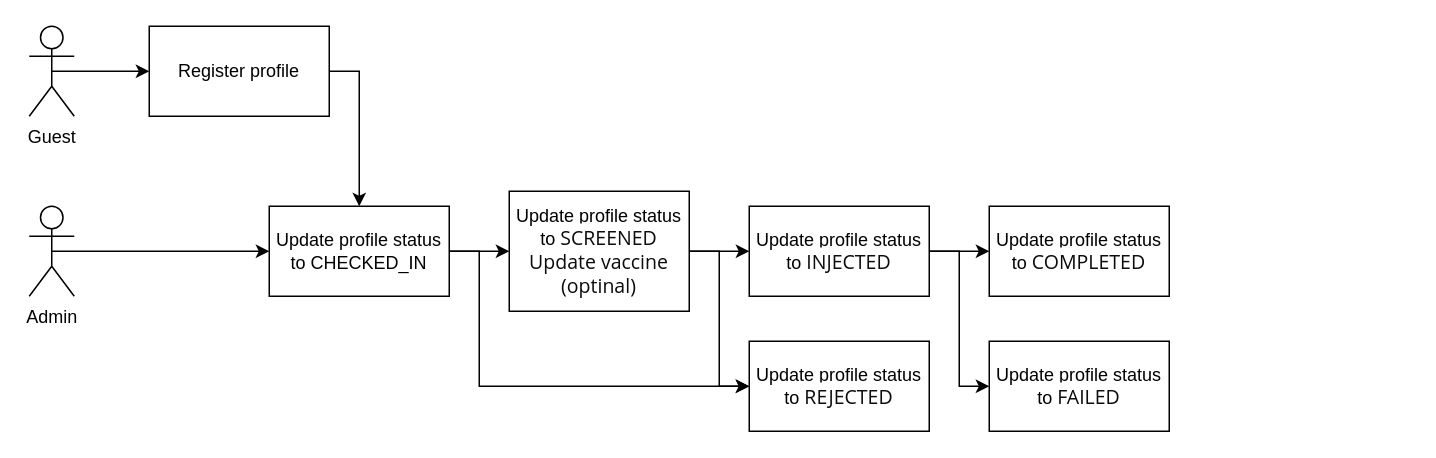
censodev/aptech_prj600 keeps this draw.io diagram as page "Injection Flow" (4 of 4) of docs/design.drawio. Above is the earlier version. Source tidied: cells renumbered, new cells numbered last; positions are measured from the earlier drawing's top-left corner, leaving out a move shared by most shapes. Both pictures are drawn from the tidied source at 150%, with x=0, y=0 at pixel (28, 26).
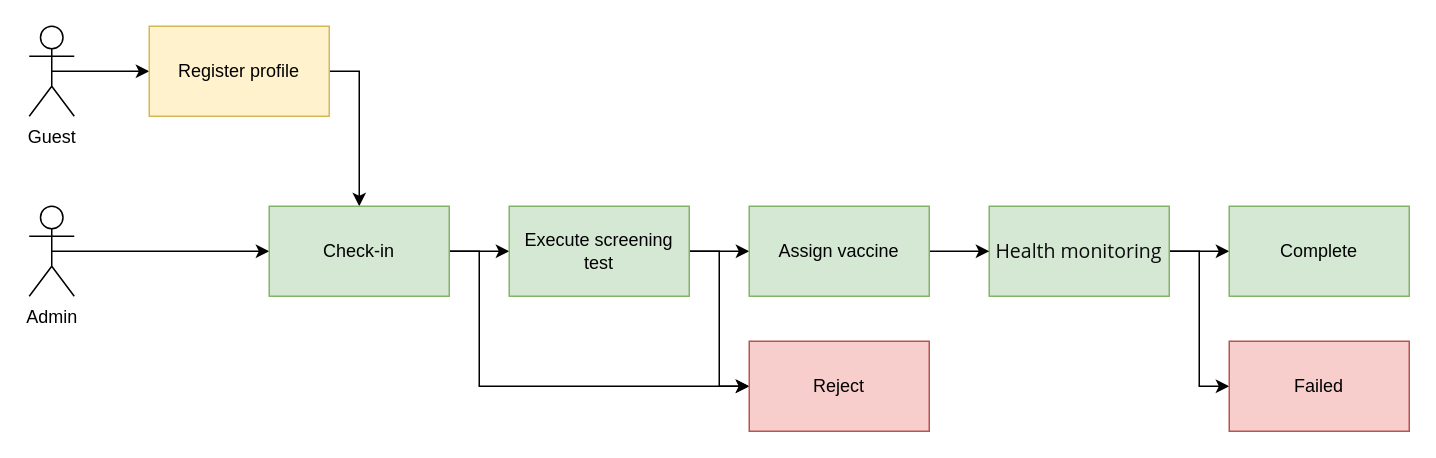
The same diagram, later.

Diff of the diagram source:
```diff
@@
-    <mxCell id="5" value="Register profile" style="rounded=0;whiteSpace=wrap;html=1;" parent="1" vertex="1">
+    <mxCell id="5" value="Register profile" style="rounded=0;whiteSpace=wrap;html=1;fillColor=#fff2cc;strokeColor=#d6b656;" parent="1" vertex="1">
       <mxGeometry x="80" width="120" height="60" as="geometry" />
     </mxCell>
@@
-    <mxCell id="10" value="Update profile status to CHECKED_IN" style="rounded=0;whiteSpace=wrap;html=1;" parent="1" vertex="1">
+    <mxCell id="10" value="Check-in" style="rounded=0;whiteSpace=wrap;html=1;fillColor=#d5e8d4;strokeColor=#82b366;" parent="1" vertex="1">
       <mxGeometry x="160" y="120" width="120" height="60" as="geometry" />
     </mxCell>
     <mxCell id="11" style="edgeStyle=orthogonalEdgeStyle;rounded=0;jettySize=auto;html=1;exitX=1;exitY=0.5;exitDx=0;exitDy=0;entryX=0;entryY=0.5;entryDx=0;entryDy=0;" parent="1" edge="1" source="13" target="14">
-      <mxGeometry relative="1" as="geometry" />
+      <mxGeometry relative="1" as="geometry">
+        <Array as="points">
+          <mxPoint x="460" y="150" />
+          <mxPoint x="460" y="240" />
+        </Array>
+      </mxGeometry>
     </mxCell>
-    <mxCell id="12" style="edgeStyle=orthogonalEdgeStyle;rounded=0;jettySize=auto;html=1;exitX=1;exitY=0.5;exitDx=0;exitDy=0;entryX=0;entryY=0.5;entryDx=0;entryDy=0;" parent="1" edge="1" source="13" target="17">
+    <mxCell id="12" style="edgeStyle=orthogonalEdgeStyle;rounded=0;jettySize=auto;html=1;exitX=1;exitY=0.5;exitDx=0;exitDy=0;entryX=0;entryY=0.5;entryDx=0;entryDy=0;" parent="1" edge="1" source="13" target="21">
       <mxGeometry relative="1" as="geometry" />
     </mxCell>
-    <mxCell id="13" value="Update profile status to&amp;nbsp;&lt;span style=&quot;color: rgb(12 , 12 , 13) ; font-family: &amp;#34;segoe ui&amp;#34; , &amp;#34;san francisco&amp;#34; , &amp;#34;ubuntu&amp;#34; , &amp;#34;fira sans&amp;#34; , &amp;#34;roboto&amp;#34; , &amp;#34;arial&amp;#34; , &amp;#34;helvetica&amp;#34; , sans-serif ; font-size: 13px ; background-color: rgb(255 , 255 , 255)&quot;&gt;SCREENED&lt;br&gt;Update vaccine (optinal)&lt;br&gt;&lt;/span&gt;" style="rounded=0;whiteSpace=wrap;html=1;" parent="1" vertex="1">
-      <mxGeometry x="320" y="110" width="120" height="80" as="geometry" />
+    <mxCell id="13" value="Execute screening test&lt;span style=&quot;color: rgb(12 , 12 , 13) ; font-family: &amp;#34;segoe ui&amp;#34; , &amp;#34;san francisco&amp;#34; , &amp;#34;ubuntu&amp;#34; , &amp;#34;fira sans&amp;#34; , &amp;#34;roboto&amp;#34; , &amp;#34;arial&amp;#34; , &amp;#34;helvetica&amp;#34; , sans-serif ; font-size: 13px ; background-color: rgb(255 , 255 , 255)&quot;&gt;&lt;br&gt;&lt;/span&gt;" style="rounded=0;whiteSpace=wrap;html=1;fillColor=#d5e8d4;strokeColor=#82b366;" parent="1" vertex="1">
+      <mxGeometry x="320" y="120" width="120" height="60" as="geometry" />
     </mxCell>
-    <mxCell id="14" value="Update profile status to&amp;nbsp;&lt;span style=&quot;color: rgb(12 , 12 , 13) ; font-family: &amp;#34;segoe ui&amp;#34; , &amp;#34;san francisco&amp;#34; , &amp;#34;ubuntu&amp;#34; , &amp;#34;fira sans&amp;#34; , &amp;#34;roboto&amp;#34; , &amp;#34;arial&amp;#34; , &amp;#34;helvetica&amp;#34; , sans-serif ; font-size: 13px ; background-color: rgb(255 , 255 , 255)&quot;&gt;REJECTED&lt;/span&gt;" style="rounded=0;whiteSpace=wrap;html=1;" parent="1" vertex="1">
+    <mxCell id="14" value="Reject" style="rounded=0;whiteSpace=wrap;html=1;fillColor=#f8cecc;strokeColor=#b85450;" parent="1" vertex="1">
       <mxGeometry x="480" y="210" width="120" height="60" as="geometry" />
     </mxCell>
@@
     <mxCell id="16" style="edgeStyle=orthogonalEdgeStyle;rounded=0;jettySize=auto;html=1;exitX=1;exitY=0.5;exitDx=0;exitDy=0;entryX=0;entryY=0.5;entryDx=0;entryDy=0;" parent="1" edge="1" source="17" target="19">
-      <mxGeometry relative="1" as="geometry" />
+      <mxGeometry relative="1" as="geometry">
+        <Array as="points">
+          <mxPoint x="780" y="150" />
+          <mxPoint x="780" y="240" />
+        </Array>
+      </mxGeometry>
     </mxCell>
-    <mxCell id="17" value="Update profile status to &lt;font color=&quot;#0c0c0d&quot; face=&quot;segoe ui, san francisco, ubuntu, fira sans, roboto, arial, helvetica, sans-serif&quot;&gt;&lt;span style=&quot;font-size: 13px ; background-color: rgb(255 , 255 , 255)&quot;&gt;INJECTED&lt;/span&gt;&lt;/font&gt;" style="rounded=0;whiteSpace=wrap;html=1;" parent="1" vertex="1">
-      <mxGeometry x="480" y="120" width="120" height="60" as="geometry" />
+    <mxCell id="17" value="&lt;span style=&quot;color: rgb(12 , 12 , 13) ; font-family: &amp;#34;segoe ui&amp;#34; , &amp;#34;san francisco&amp;#34; , &amp;#34;ubuntu&amp;#34; , &amp;#34;fira sans&amp;#34; , &amp;#34;roboto&amp;#34; , &amp;#34;arial&amp;#34; , &amp;#34;helvetica&amp;#34; , sans-serif ; font-size: 13px&quot;&gt;Health monitoring&lt;/span&gt;" style="rounded=0;whiteSpace=wrap;html=1;fillColor=#d5e8d4;strokeColor=#82b366;" parent="1" vertex="1">
+      <mxGeometry x="640" y="120" width="120" height="60" as="geometry" />
     </mxCell>
-    <mxCell id="18" value="Update profile status to &lt;font color=&quot;#0c0c0d&quot; face=&quot;segoe ui, san francisco, ubuntu, fira sans, roboto, arial, helvetica, sans-serif&quot;&gt;&lt;span style=&quot;font-size: 13px ; background-color: rgb(255 , 255 , 255)&quot;&gt;COMPLETED&lt;/span&gt;&lt;/font&gt;" style="rounded=0;whiteSpace=wrap;html=1;" parent="1" vertex="1">
-      <mxGeometry x="640" y="120" width="120" height="60" as="geometry" />
+    <mxCell id="18" value="Complete" style="rounded=0;whiteSpace=wrap;html=1;fillColor=#d5e8d4;strokeColor=#82b366;" parent="1" vertex="1">
+      <mxGeometry x="800" y="120" width="120" height="60" as="geometry" />
     </mxCell>
-    <mxCell id="19" value="Update profile status to &lt;font color=&quot;#0c0c0d&quot; face=&quot;segoe ui, san francisco, ubuntu, fira sans, roboto, arial, helvetica, sans-serif&quot;&gt;&lt;span style=&quot;font-size: 13px ; background-color: rgb(255 , 255 , 255)&quot;&gt;FAILED&lt;/span&gt;&lt;/font&gt;" style="rounded=0;whiteSpace=wrap;html=1;" parent="1" vertex="1">
-      <mxGeometry x="640" y="210" width="120" height="60" as="geometry" />
+    <mxCell id="19" value="Failed" style="rounded=0;whiteSpace=wrap;html=1;fillColor=#f8cecc;strokeColor=#b85450;" parent="1" vertex="1">
+      <mxGeometry x="800" y="210" width="120" height="60" as="geometry" />
     </mxCell>
+    <mxCell id="20" style="edgeStyle=orthogonalEdgeStyle;rounded=0;jettySize=auto;html=1;exitX=1;exitY=0.5;exitDx=0;exitDy=0;entryX=0;entryY=0.5;entryDx=0;entryDy=0;" parent="1" edge="1" source="21" target="17">
+      <mxGeometry relative="1" as="geometry" />
+    </mxCell>
+    <mxCell id="21" value="Assign vaccine" style="rounded=0;whiteSpace=wrap;html=1;fillColor=#d5e8d4;strokeColor=#82b366;" parent="1" vertex="1">
+      <mxGeometry x="480" y="120" width="120" height="60" as="geometry" />
+    </mxCell>
```
